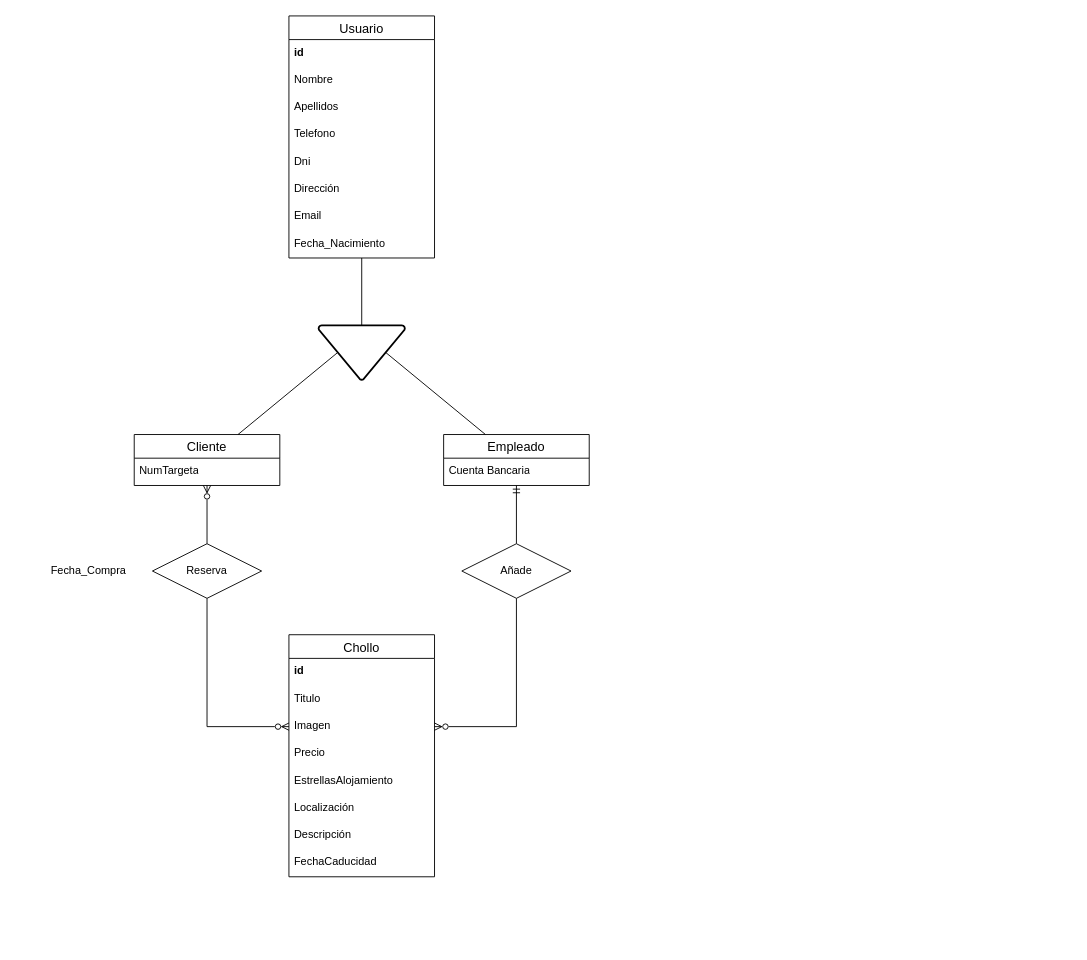
Earlier version of the draw.io diagram HamacaDB.drawio (JuankaEsMa/bootcamp-c6-proyecto-final). Source tidied: cells renumbered, new cells numbered last; positions are measured from the earlier drawing's top-left corner, leaving out a move shared by most shapes. Both pictures are drawn from the tidied source at 91%, with x=0, y=0 at pixel (43, 15).
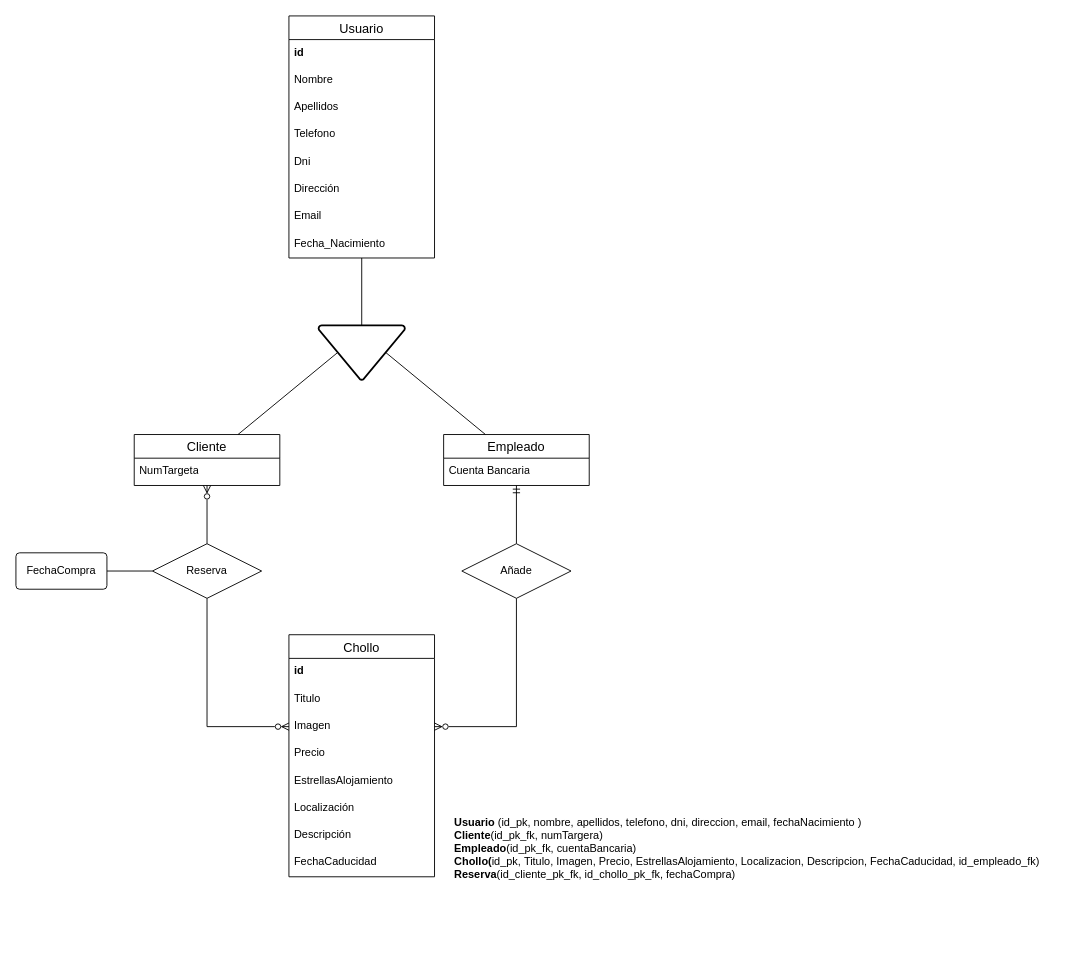
The same page after the edit.

Commit message:
modelo relacional

The change refers to these unchanged cells:
```xml
<mxCell id="33" value="Reserva" style="shape=rhombus;perimeter=rhombusPerimeter;whiteSpace=wrap;html=1;align=center;" parent="1" vertex="1">
  <mxGeometry x="120" y="580" width="120" height="60" as="geometry" />
</mxCell>
```

Change to the diagram source:
```diff
@@
-    <mxCell id="34" value="Fecha_Compra" style="text;html=1;strokeColor=none;fillColor=none;align=center;verticalAlign=middle;whiteSpace=wrap;rounded=0;" parent="1" vertex="1">
-      <mxGeometry y="595" width="100" height="30" as="geometry" />
-    </mxCell>
+    <mxCell id="35" style="endArrow=none;html=1;rounded=0;" parent="1" edge="1" source="33" target="36">
+      <mxGeometry relative="1" as="geometry" />
+    </mxCell>
+    <mxCell id="36" value="FechaCompra" style="rounded=1;arcSize=10;whiteSpace=wrap;html=1;align=center;" parent="1" vertex="1">
+      <mxGeometry x="-30" y="590" width="100" height="40" as="geometry" />
+    </mxCell>
+    <mxCell id="37" value="&lt;b&gt;Usuario &lt;/b&gt;(id_pk, nombre, apellidos, telefono, dni, direccion, email, fechaNacimiento )&lt;br&gt;&lt;b&gt;Cliente&lt;/b&gt;(id_pk_fk, numTargera)&lt;br&gt;&lt;b&gt;Empleado&lt;/b&gt;(id_pk_fk, cuentaBancaria)&lt;br&gt;&lt;b&gt;Chollo(&lt;/b&gt;id_pk,&lt;b&gt;&amp;nbsp;&lt;/b&gt;Titulo, Imagen, Precio, EstrellasAlojamiento, Localizacion, Descripcion, FechaCaducidad, id_empleado_fk)&lt;br&gt;&lt;b&gt;Reserva&lt;/b&gt;(id_cliente_pk_fk, id_chollo_pk_fk, fechaCompra)" style="text;html=1;strokeColor=none;fillColor=none;align=left;verticalAlign=middle;whiteSpace=wrap;rounded=0;" parent="1" vertex="1">
+      <mxGeometry x="450" y="810" width="680" height="210" as="geometry" />
+    </mxCell>
```
